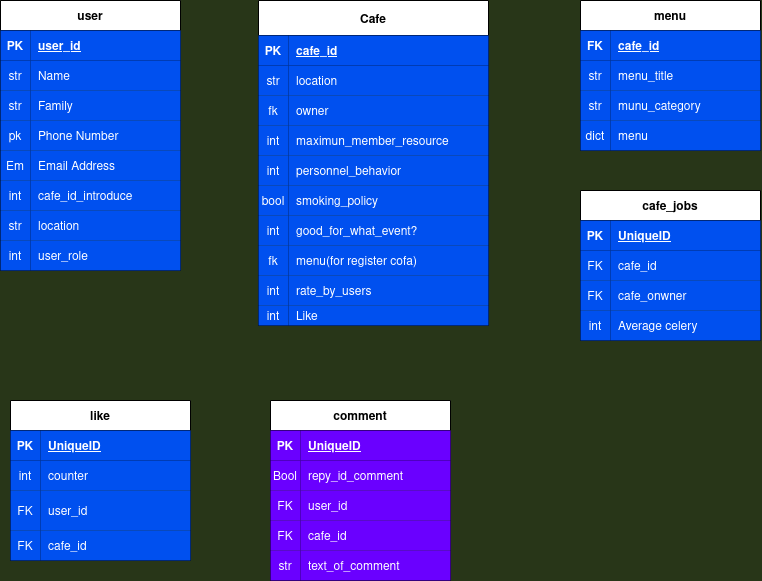
The draw.io diagram Buno Diagram.drawio.png in Majid-Aghamohammad/buno, before a commit. Source tidied: cells renumbered, new cells last; positions are measured from the earlier drawing's top-left corner, leaving out a move shared by most shapes.
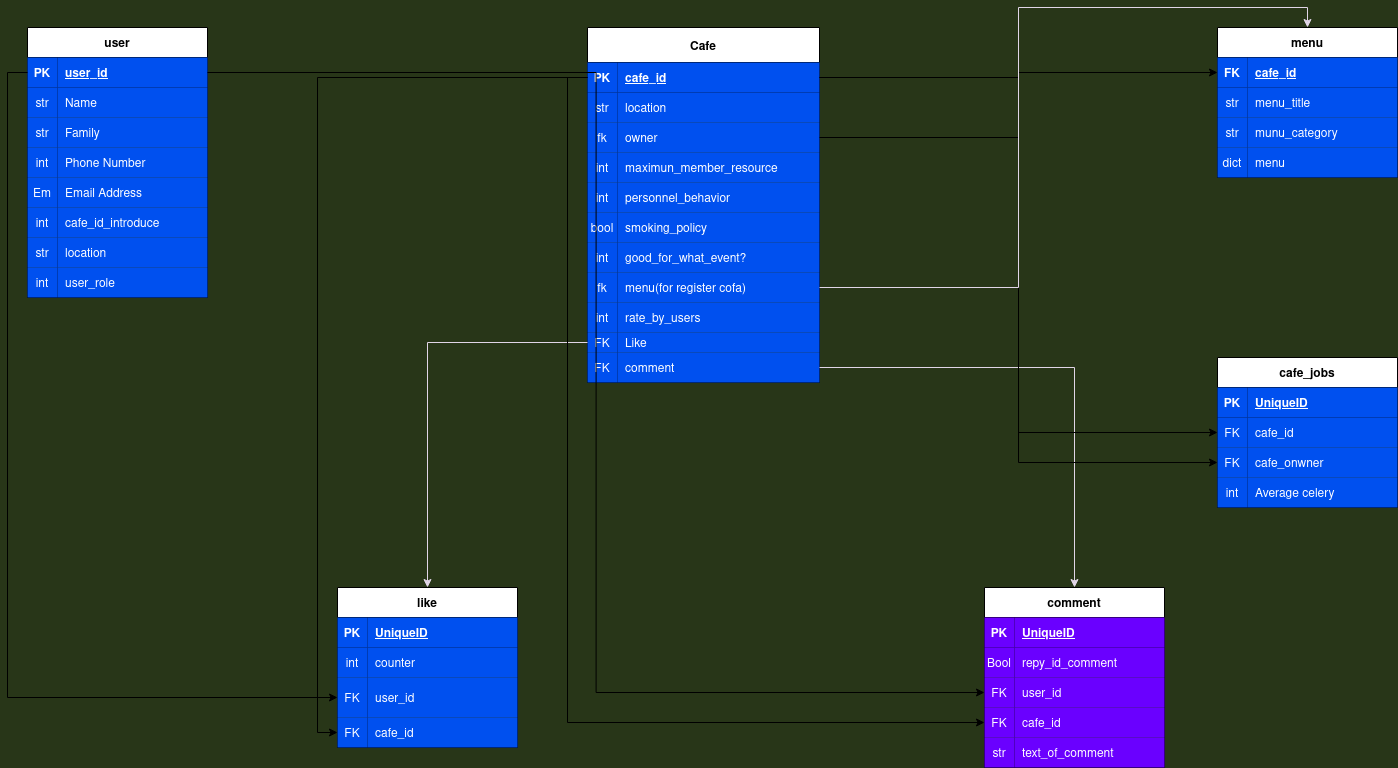
After the change.

The edit, as a diff of the source:
```diff
@@ -3,7 +3,7 @@
     <mxCell id="0" />
     <mxCell id="1" parent="0" />
     <mxCell id="2" value="user" style="shape=table;startSize=30;rowLines=0;fontStyle=1;align=center;" parent="1" vertex="1">
-      <mxGeometry width="180" height="270" as="geometry" />
+      <mxGeometry x="-350" y="80" width="180" height="270" as="geometry" />
     </mxCell>
     <mxCell id="3" style="shape=tableRow;horizontal=0;startSize=0;swimlaneHead=0;swimlaneBody=0;fillColor=none;points=[[0,0.5],[1,0.5]];portConstraint=eastwest;top=0;left=0;right=0;bottom=1;" parent="2" vertex="1">
       <mxGeometry y="30" width="180" height="30" as="geometry" />
@@ -35,7 +35,7 @@
     <mxCell id="12" style="shape=tableRow;horizontal=0;startSize=0;swimlaneHead=0;swimlaneBody=0;fillColor=none;top=0;left=0;right=0;bottom=0;" parent="2" vertex="1">
       <mxGeometry y="120" width="180" height="30" as="geometry" />
     </mxCell>
-    <mxCell id="13" value="pk" style="shape=partialRectangle;fillColor=#0050ef;top=0;left=0;bottom=0;right=0;overflow=hidden;fontColor=#ffffff;strokeColor=#001DBC;" parent="12" vertex="1">
+    <mxCell id="13" value="int" style="shape=partialRectangle;fillColor=#0050ef;top=0;left=0;bottom=0;right=0;overflow=hidden;fontColor=#ffffff;strokeColor=#001DBC;" parent="12" vertex="1">
       <mxGeometry width="30" height="30" as="geometry" />
     </mxCell>
     <mxCell id="14" value="Phone Number" style="shape=partialRectangle;fillColor=#0050ef;top=0;left=0;bottom=0;right=0;align=left;spacingLeft=6;overflow=hidden;fontColor=#ffffff;strokeColor=#001DBC;" parent="12" vertex="1">
@@ -78,100 +78,109 @@
       <mxGeometry x="30" width="150" height="30" as="geometry" />
     </mxCell>
     <mxCell id="27" value="Cafe" style="shape=table;startSize=35;rowLines=0;fontStyle=1;align=center;" parent="1" vertex="1">
-      <mxGeometry x="258" width="230" height="325" as="geometry" />
+      <mxGeometry x="210" y="80" width="232" height="355" as="geometry" />
     </mxCell>
     <mxCell id="28" style="shape=tableRow;horizontal=0;startSize=0;swimlaneHead=0;swimlaneBody=0;fillColor=none;points=[[0,0.5],[1,0.5]];portConstraint=eastwest;top=0;left=0;right=0;bottom=1;" parent="27" vertex="1">
-      <mxGeometry y="35" width="230" height="30" as="geometry" />
+      <mxGeometry y="35" width="232" height="30" as="geometry" />
     </mxCell>
     <mxCell id="29" value="PK" style="shape=partialRectangle;fillColor=#0050ef;top=0;left=0;bottom=0;right=0;fontStyle=1;overflow=hidden;fontColor=#ffffff;strokeColor=#001DBC;" parent="28" vertex="1">
       <mxGeometry width="30" height="30" as="geometry" />
     </mxCell>
     <mxCell id="30" value="cafe_id" style="shape=partialRectangle;fillColor=#0050ef;top=0;left=0;bottom=0;right=0;align=left;spacingLeft=6;fontStyle=5;overflow=hidden;fontColor=#ffffff;strokeColor=#001DBC;" parent="28" vertex="1">
-      <mxGeometry x="30" width="200" height="30" as="geometry" />
+      <mxGeometry x="30" width="202" height="30" as="geometry" />
     </mxCell>
     <mxCell id="31" style="shape=tableRow;horizontal=0;startSize=0;swimlaneHead=0;swimlaneBody=0;fillColor=none;top=0;left=0;right=0;bottom=0;" parent="27" vertex="1">
-      <mxGeometry y="65" width="230" height="30" as="geometry" />
+      <mxGeometry y="65" width="232" height="30" as="geometry" />
     </mxCell>
     <mxCell id="32" value="str" style="shape=partialRectangle;fillColor=#0050ef;top=0;left=0;bottom=0;right=0;overflow=hidden;fontColor=#ffffff;strokeColor=#001DBC;" parent="31" vertex="1">
       <mxGeometry width="30" height="30" as="geometry" />
     </mxCell>
     <mxCell id="33" value="location" style="shape=partialRectangle;fillColor=#0050ef;top=0;left=0;bottom=0;right=0;align=left;spacingLeft=6;overflow=hidden;fontColor=#ffffff;strokeColor=#001DBC;" parent="31" vertex="1">
-      <mxGeometry x="30" width="200" height="30" as="geometry" />
+      <mxGeometry x="30" width="202" height="30" as="geometry" />
     </mxCell>
     <mxCell id="34" style="shape=tableRow;horizontal=0;startSize=0;swimlaneHead=0;swimlaneBody=0;fillColor=none;points=[[0,0.5],[1,0.5]];portConstraint=eastwest;top=0;left=0;right=0;bottom=0;" parent="27" vertex="1">
-      <mxGeometry y="95" width="230" height="30" as="geometry" />
+      <mxGeometry y="95" width="232" height="30" as="geometry" />
     </mxCell>
     <mxCell id="35" value="fk" style="shape=partialRectangle;fillColor=#0050ef;top=0;left=0;bottom=0;right=0;overflow=hidden;fontColor=#ffffff;strokeColor=#001DBC;" parent="34" vertex="1">
       <mxGeometry width="30" height="30" as="geometry" />
     </mxCell>
     <mxCell id="36" value="owner" style="shape=partialRectangle;fillColor=#0050ef;top=0;left=0;bottom=0;right=0;align=left;spacingLeft=6;overflow=hidden;fontColor=#ffffff;strokeColor=#001DBC;" parent="34" vertex="1">
-      <mxGeometry x="30" width="200" height="30" as="geometry" />
+      <mxGeometry x="30" width="202" height="30" as="geometry" />
     </mxCell>
     <mxCell id="37" style="shape=tableRow;horizontal=0;startSize=0;swimlaneHead=0;swimlaneBody=0;fillColor=none;top=0;left=0;right=0;bottom=0;" parent="27" vertex="1">
-      <mxGeometry y="125" width="230" height="30" as="geometry" />
+      <mxGeometry y="125" width="232" height="30" as="geometry" />
     </mxCell>
     <mxCell id="38" value="int" style="shape=partialRectangle;fillColor=#0050ef;top=0;left=0;bottom=0;right=0;overflow=hidden;fontColor=#ffffff;strokeColor=#001DBC;" parent="37" vertex="1">
       <mxGeometry width="30" height="30" as="geometry" />
     </mxCell>
     <mxCell id="39" value="maximun_member_resource" style="shape=partialRectangle;fillColor=#0050ef;top=0;left=0;bottom=0;right=0;align=left;spacingLeft=6;overflow=hidden;fontColor=#ffffff;strokeColor=#001DBC;" parent="37" vertex="1">
-      <mxGeometry x="30" width="200" height="30" as="geometry" />
+      <mxGeometry x="30" width="202" height="30" as="geometry" />
     </mxCell>
     <mxCell id="40" style="shape=tableRow;horizontal=0;startSize=0;swimlaneHead=0;swimlaneBody=0;fillColor=none;top=0;left=0;right=0;bottom=0;" parent="27" vertex="1">
-      <mxGeometry y="155" width="230" height="30" as="geometry" />
+      <mxGeometry y="155" width="232" height="30" as="geometry" />
     </mxCell>
     <mxCell id="41" value="int" style="shape=partialRectangle;fillColor=#0050ef;top=0;left=0;bottom=0;right=0;overflow=hidden;fontColor=#ffffff;strokeColor=#001DBC;" parent="40" vertex="1">
       <mxGeometry width="30" height="30" as="geometry" />
     </mxCell>
     <mxCell id="42" value="personnel_behavior" style="shape=partialRectangle;fillColor=#0050ef;top=0;left=0;bottom=0;right=0;align=left;spacingLeft=6;overflow=hidden;fontColor=#ffffff;strokeColor=#001DBC;" parent="40" vertex="1">
-      <mxGeometry x="30" width="200" height="30" as="geometry" />
+      <mxGeometry x="30" width="202" height="30" as="geometry" />
     </mxCell>
     <mxCell id="43" style="shape=tableRow;horizontal=0;startSize=0;swimlaneHead=0;swimlaneBody=0;fillColor=none;top=0;left=0;right=0;bottom=0;" parent="27" vertex="1">
-      <mxGeometry y="185" width="230" height="30" as="geometry" />
+      <mxGeometry y="185" width="232" height="30" as="geometry" />
     </mxCell>
     <mxCell id="44" value="bool" style="shape=partialRectangle;fillColor=#0050ef;top=0;left=0;bottom=0;right=0;overflow=hidden;fontColor=#ffffff;strokeColor=#001DBC;" parent="43" vertex="1">
       <mxGeometry width="30" height="30" as="geometry" />
     </mxCell>
     <mxCell id="45" value="smoking_policy" style="shape=partialRectangle;fillColor=#0050ef;top=0;left=0;bottom=0;right=0;align=left;spacingLeft=6;overflow=hidden;fontColor=#ffffff;strokeColor=#001DBC;" parent="43" vertex="1">
-      <mxGeometry x="30" width="200" height="30" as="geometry" />
+      <mxGeometry x="30" width="202" height="30" as="geometry" />
     </mxCell>
     <mxCell id="46" style="shape=tableRow;horizontal=0;startSize=0;swimlaneHead=0;swimlaneBody=0;fillColor=none;top=0;left=0;right=0;bottom=0;" parent="27" vertex="1">
-      <mxGeometry y="215" width="230" height="30" as="geometry" />
+      <mxGeometry y="215" width="232" height="30" as="geometry" />
     </mxCell>
     <mxCell id="47" value="int" style="shape=partialRectangle;fillColor=#0050ef;top=0;left=0;bottom=0;right=0;overflow=hidden;fontColor=#ffffff;strokeColor=#001DBC;" parent="46" vertex="1">
       <mxGeometry width="30" height="30" as="geometry" />
     </mxCell>
     <mxCell id="48" value="good_for_what_event?" style="shape=partialRectangle;fillColor=#0050ef;top=0;left=0;bottom=0;right=0;align=left;spacingLeft=6;overflow=hidden;fontColor=#ffffff;strokeColor=#001DBC;" parent="46" vertex="1">
-      <mxGeometry x="30" width="200" height="30" as="geometry" />
+      <mxGeometry x="30" width="202" height="30" as="geometry" />
     </mxCell>
     <mxCell id="49" style="shape=tableRow;horizontal=0;startSize=0;swimlaneHead=0;swimlaneBody=0;fillColor=none;points=[[0,0.5],[1,0.5]];portConstraint=eastwest;top=0;left=0;right=0;bottom=0;" parent="27" vertex="1">
-      <mxGeometry y="245" width="230" height="30" as="geometry" />
+      <mxGeometry y="245" width="232" height="30" as="geometry" />
     </mxCell>
     <mxCell id="50" value="fk" style="shape=partialRectangle;fillColor=#0050ef;top=0;left=0;bottom=0;right=0;overflow=hidden;fontColor=#ffffff;strokeColor=#001DBC;" parent="49" vertex="1">
       <mxGeometry width="30" height="30" as="geometry" />
     </mxCell>
     <mxCell id="51" value="menu(for register cofa)" style="shape=partialRectangle;fillColor=#0050ef;top=0;left=0;bottom=0;right=0;align=left;spacingLeft=6;overflow=hidden;fontColor=#ffffff;strokeColor=#001DBC;" parent="49" vertex="1">
-      <mxGeometry x="30" width="200" height="30" as="geometry" />
+      <mxGeometry x="30" width="202" height="30" as="geometry" />
     </mxCell>
     <mxCell id="52" style="shape=tableRow;horizontal=0;startSize=0;swimlaneHead=0;swimlaneBody=0;fillColor=none;top=0;left=0;right=0;bottom=0;" parent="27" vertex="1">
-      <mxGeometry y="275" width="230" height="30" as="geometry" />
+      <mxGeometry y="275" width="232" height="30" as="geometry" />
     </mxCell>
     <mxCell id="53" value="int" style="shape=partialRectangle;fillColor=#0050ef;top=0;left=0;bottom=0;right=0;overflow=hidden;fontColor=#ffffff;strokeColor=#001DBC;" parent="52" vertex="1">
       <mxGeometry width="30" height="30" as="geometry" />
     </mxCell>
     <mxCell id="54" value="rate_by_users" style="shape=partialRectangle;fillColor=#0050ef;top=0;left=0;bottom=0;right=0;align=left;spacingLeft=6;overflow=hidden;fontColor=#ffffff;strokeColor=#001DBC;" parent="52" vertex="1">
-      <mxGeometry x="30" width="200" height="30" as="geometry" />
+      <mxGeometry x="30" width="202" height="30" as="geometry" />
     </mxCell>
     <mxCell id="55" style="shape=tableRow;horizontal=0;startSize=0;swimlaneHead=0;swimlaneBody=0;fillColor=none;points=[[0,0.5],[1,0.5]];portConstraint=eastwest;top=0;left=0;right=0;bottom=0;" parent="27" vertex="1">
-      <mxGeometry y="305" width="230" height="20" as="geometry" />
+      <mxGeometry y="305" width="232" height="20" as="geometry" />
     </mxCell>
-    <mxCell id="56" value="int" style="shape=partialRectangle;fillColor=#0050ef;top=0;left=0;bottom=0;right=0;overflow=hidden;fontColor=#ffffff;strokeColor=#001DBC;" parent="55" vertex="1">
+    <mxCell id="56" value="FK" style="shape=partialRectangle;fillColor=#0050ef;top=0;left=0;bottom=0;right=0;overflow=hidden;fontColor=#ffffff;strokeColor=#001DBC;" parent="55" vertex="1">
       <mxGeometry width="30" height="20" as="geometry" />
     </mxCell>
     <mxCell id="57" value="Like" style="shape=partialRectangle;fillColor=#0050ef;top=0;left=0;bottom=0;right=0;align=left;spacingLeft=6;overflow=hidden;fontColor=#ffffff;strokeColor=#001DBC;" parent="55" vertex="1">
-      <mxGeometry x="30" width="200" height="20" as="geometry" />
+      <mxGeometry x="30" width="202" height="20" as="geometry" />
     </mxCell>
+    <mxCell id="113" style="shape=tableRow;horizontal=0;startSize=0;swimlaneHead=0;swimlaneBody=0;fillColor=none;points=[[0,0.5],[1,0.5]];portConstraint=eastwest;top=0;left=0;right=0;bottom=0;" parent="27" vertex="1">
+      <mxGeometry y="325" width="232" height="30" as="geometry" />
+    </mxCell>
+    <mxCell id="114" value="FK" style="shape=partialRectangle;fillColor=#0050ef;top=0;left=0;bottom=0;right=0;overflow=hidden;fontColor=#ffffff;strokeColor=#001DBC;" parent="113" vertex="1">
+      <mxGeometry width="30" height="30" as="geometry" />
+    </mxCell>
+    <mxCell id="115" value="comment" style="shape=partialRectangle;fillColor=#0050ef;top=0;left=0;bottom=0;right=0;align=left;spacingLeft=6;overflow=hidden;fontColor=#ffffff;strokeColor=#001DBC;" parent="113" vertex="1">
+      <mxGeometry x="30" width="202" height="30" as="geometry" />
+    </mxCell>
     <mxCell id="58" value="comment" style="shape=table;startSize=30;rowLines=0;fontStyle=1;align=center;" parent="1" vertex="1">
-      <mxGeometry x="270" y="400" width="180" height="180" as="geometry" />
+      <mxGeometry x="607" y="640" width="180" height="180" as="geometry" />
     </mxCell>
     <mxCell id="59" style="shape=tableRow;horizontal=0;startSize=0;swimlaneHead=0;swimlaneBody=0;fillColor=none;top=0;left=0;right=0;bottom=1;" parent="58" vertex="1">
       <mxGeometry y="30" width="180" height="30" as="geometry" />
@@ -219,7 +228,7 @@
       <mxGeometry x="30" width="150" height="30" as="geometry" />
     </mxCell>
     <mxCell id="74" value="like" style="shape=table;startSize=30;rowLines=0;fontStyle=1;align=center;" parent="1" vertex="1">
-      <mxGeometry x="10" y="400" width="180" height="160" as="geometry" />
+      <mxGeometry x="-40" y="640" width="180" height="160" as="geometry" />
     </mxCell>
     <mxCell id="75" style="shape=tableRow;horizontal=0;startSize=0;swimlaneHead=0;swimlaneBody=0;fillColor=none;top=0;left=0;right=0;bottom=1;" parent="74" vertex="1">
       <mxGeometry y="30" width="180" height="30" as="geometry" />
@@ -258,7 +267,7 @@
       <mxGeometry x="30" width="150" height="30" as="geometry" />
     </mxCell>
     <mxCell id="87" value="cafe_jobs" style="shape=table;startSize=30;rowLines=0;fontStyle=1;align=center;" parent="1" vertex="1">
-      <mxGeometry x="580" y="190" width="180" height="150" as="geometry" />
+      <mxGeometry x="840" y="410" width="180" height="150" as="geometry" />
     </mxCell>
     <mxCell id="88" style="shape=tableRow;horizontal=0;startSize=0;swimlaneHead=0;swimlaneBody=0;fillColor=none;top=0;left=0;right=0;bottom=1;" parent="87" vertex="1">
       <mxGeometry y="30" width="180" height="30" as="geometry" />
@@ -297,7 +306,7 @@
       <mxGeometry x="30" width="150" height="30" as="geometry" />
     </mxCell>
     <mxCell id="100" value="menu" style="shape=table;startSize=30;rowLines=0;fontStyle=1;align=center;" parent="1" vertex="1">
-      <mxGeometry x="580" width="180" height="150" as="geometry" />
+      <mxGeometry x="840" y="80" width="180" height="150" as="geometry" />
     </mxCell>
     <mxCell id="101" style="shape=tableRow;horizontal=0;startSize=0;swimlaneHead=0;swimlaneBody=0;fillColor=none;points=[[0,0.5],[1,0.5]];portConstraint=eastwest;top=0;left=0;right=0;bottom=1;" parent="100" vertex="1">
       <mxGeometry y="30" width="180" height="30" as="geometry" />
@@ -335,5 +344,35 @@
     <mxCell id="112" value="menu" style="shape=partialRectangle;fillColor=#0050ef;top=0;left=0;bottom=0;right=0;align=left;spacingLeft=6;overflow=hidden;fontColor=#ffffff;strokeColor=#001DBC;" parent="110" vertex="1">
       <mxGeometry x="30" width="150" height="30" as="geometry" />
     </mxCell>
+    <mxCell id="116" style="edgeStyle=orthogonalEdgeStyle;rounded=0;jettySize=auto;html=1;strokeColor=#E1D5E7;" parent="1" edge="1" source="55" target="74">
+      <mxGeometry relative="1" as="geometry" />
+    </mxCell>
+    <mxCell id="117" style="edgeStyle=orthogonalEdgeStyle;rounded=0;jettySize=auto;html=1;exitX=1;exitY=0.5;exitDx=0;exitDy=0;strokeColor=#E1D5E7;" parent="1" edge="1" source="113" target="58">
+      <mxGeometry relative="1" as="geometry" />
+    </mxCell>
+    <mxCell id="118" style="edgeStyle=orthogonalEdgeStyle;rounded=0;jettySize=auto;html=1;exitX=1;exitY=0.5;exitDx=0;exitDy=0;entryX=0;entryY=0.5;entryDx=0;entryDy=0;" parent="1" edge="1" source="28" target="91">
+      <mxGeometry relative="1" as="geometry" />
+    </mxCell>
+    <mxCell id="119" style="edgeStyle=orthogonalEdgeStyle;rounded=0;jettySize=auto;html=1;exitX=1;exitY=0.5;exitDx=0;exitDy=0;entryX=0;entryY=0.5;entryDx=0;entryDy=0;" parent="1" edge="1" source="34" target="94">
+      <mxGeometry relative="1" as="geometry" />
+    </mxCell>
+    <mxCell id="120" style="edgeStyle=elbowEdgeStyle;elbow=horizontal;endArrow=classic;html=1;rounded=0;entryX=0;entryY=0.5;entryDx=0;entryDy=0;" parent="1" edge="1" source="28" target="101">
+      <mxGeometry relative="1" as="geometry" />
+    </mxCell>
+    <mxCell id="121" style="edgeStyle=orthogonalEdgeStyle;rounded=0;jettySize=auto;html=1;exitX=0;exitY=0.5;exitDx=0;exitDy=0;" parent="1" edge="1" source="3" target="81">
+      <mxGeometry relative="1" as="geometry" />
+    </mxCell>
+    <mxCell id="122" style="edgeStyle=orthogonalEdgeStyle;rounded=0;jettySize=auto;html=1;exitX=1;exitY=0.5;exitDx=0;exitDy=0;" parent="1" edge="1" source="3" target="65">
+      <mxGeometry relative="1" as="geometry" />
+    </mxCell>
+    <mxCell id="123" style="edgeStyle=orthogonalEdgeStyle;rounded=0;jettySize=auto;html=1;exitX=0;exitY=0.5;exitDx=0;exitDy=0;entryX=0;entryY=0.5;entryDx=0;entryDy=0;" parent="1" edge="1" source="28" target="84">
+      <mxGeometry relative="1" as="geometry" />
+    </mxCell>
+    <mxCell id="124" style="edgeStyle=orthogonalEdgeStyle;rounded=0;jettySize=auto;html=1;exitX=0;exitY=0.5;exitDx=0;exitDy=0;entryX=0;entryY=0.5;entryDx=0;entryDy=0;" parent="1" edge="1" source="28" target="68">
+      <mxGeometry relative="1" as="geometry" />
+    </mxCell>
+    <mxCell id="125" style="edgeStyle=orthogonalEdgeStyle;rounded=0;jettySize=auto;html=1;exitX=1;exitY=0.5;exitDx=0;exitDy=0;entryX=0.5;entryY=0;entryDx=0;entryDy=0;strokeColor=#E1D5E7;" parent="1" edge="1" source="49" target="100">
+      <mxGeometry relative="1" as="geometry" />
+    </mxCell>
   </root>
 </mxGraphModel>
```
